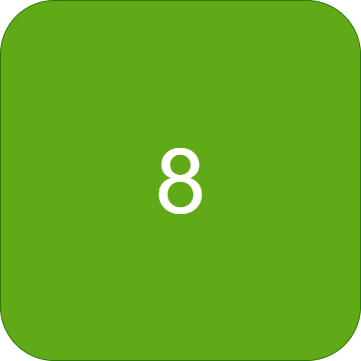
zintom69/Game-Rush-Hour keeps this draw.io diagram as Rush Hour Main/assets/MapButtons/8(B).png. Above is the earlier version. Source tidied: cells renumbered, new cells last; positions are measured from the earlier drawing's top-left corner, leaving out a move shared by most shapes.
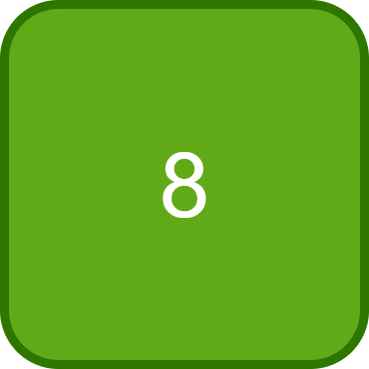
The same diagram one commit later.

The edit, as a diff of the source:
```diff
@@ -2,7 +2,7 @@
   <root>
     <mxCell id="0" />
     <mxCell id="1" parent="0" />
-    <mxCell id="2" value="&lt;span style=&quot;font-size: 90px;&quot;&gt;8&lt;/span&gt;" style="rounded=1;whiteSpace=wrap;html=1;fillColor=#60a917;fontColor=#ffffff;strokeColor=#2D7600;" parent="1" vertex="1">
+    <mxCell id="2" value="&lt;span style=&quot;font-size: 90px;&quot;&gt;8&lt;/span&gt;" style="rounded=1;whiteSpace=wrap;html=1;strokeWidth=9;fillColor=#60a917;fontColor=#ffffff;strokeColor=#2D7600;" parent="1" vertex="1">
       <mxGeometry width="360" height="360" as="geometry" />
     </mxCell>
   </root>
```
